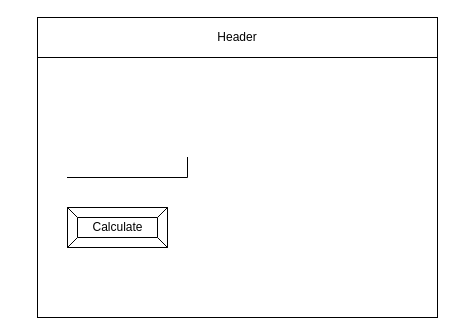
Before: design/story-board.drawio in Chloe-Havel/ICS2O-Unit-3-01-js, a draw.io diagram. Source tidied: cells renumbered, new cells numbered last; positions are measured from the earlier drawing's top-left corner, leaving out a move shared by most shapes. Both pictures are drawn from the tidied source at 100%, with x=0, y=0 at pixel (37, 17).
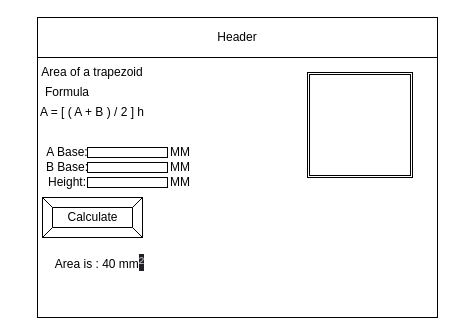
After the change.

Diff of the diagram source:
```diff
@@
 <mxGraphModel>
   <root>
     <mxCell id="0" />
     <mxCell id="1" parent="0" />
     <mxCell id="2" style="rounded=0;whiteSpace=wrap;html=1;" parent="1" vertex="1">
       <mxGeometry width="400" height="300" as="geometry" />
     </mxCell>
     <mxCell id="3" value="Header" style="rounded=0;whiteSpace=wrap;html=1;" parent="1" vertex="1">
       <mxGeometry width="400" height="40" as="geometry" />
     </mxCell>
-    <mxCell id="4" style="shape=partialRectangle;whiteSpace=wrap;html=1;top=0;left=0;fillColor=none;" parent="1" vertex="1">
-      <mxGeometry x="30" y="140" width="120" height="20" as="geometry" />
-    </mxCell>
     <mxCell id="5" value="Calculate" style="labelPosition=center;verticalLabelPosition=middle;align=center;html=1;shape=mxgraph.basic.button;dx=10;" parent="1" vertex="1">
-      <mxGeometry x="30" y="190" width="100" height="40" as="geometry" />
+      <mxGeometry x="5" y="180" width="100" height="40" as="geometry" />
     </mxCell>
+    <mxCell id="6" value="A = [ ( A + B ) / 2 ] h" style="text;html=1;strokeColor=none;fillColor=none;align=center;verticalAlign=middle;whiteSpace=wrap;rounded=0;" parent="1" vertex="1">
+      <mxGeometry x="-10" y="80" width="130" height="30" as="geometry" />
+    </mxCell>
+    <mxCell id="7" value="Area of a trapezoid" style="text;html=1;strokeColor=none;fillColor=none;align=center;verticalAlign=middle;whiteSpace=wrap;rounded=0;" parent="1" vertex="1">
+      <mxGeometry x="-20" y="40" width="150" height="30" as="geometry" />
+    </mxCell>
+    <mxCell id="8" value="Formula" style="text;html=1;strokeColor=none;fillColor=none;align=center;verticalAlign=middle;whiteSpace=wrap;rounded=0;" parent="1" vertex="1">
+      <mxGeometry y="60" width="60" height="30" as="geometry" />
+    </mxCell>
+    <mxCell id="9" value="A Base:" style="text;html=1;strokeColor=none;fillColor=none;align=center;verticalAlign=middle;whiteSpace=wrap;rounded=0;" parent="1" vertex="1">
+      <mxGeometry y="120" width="60" height="30" as="geometry" />
+    </mxCell>
+    <mxCell id="10" value="B Base:" style="text;html=1;strokeColor=none;fillColor=none;align=center;verticalAlign=middle;whiteSpace=wrap;rounded=0;" parent="1" vertex="1">
+      <mxGeometry y="135" width="60" height="30" as="geometry" />
+    </mxCell>
+    <mxCell id="11" value="Height:" style="text;html=1;strokeColor=none;fillColor=none;align=center;verticalAlign=middle;whiteSpace=wrap;rounded=0;" parent="1" vertex="1">
+      <mxGeometry y="150" width="60" height="30" as="geometry" />
+    </mxCell>
+    <mxCell id="12" style="rounded=0;whiteSpace=wrap;html=1;" parent="1" vertex="1">
+      <mxGeometry x="50" y="160" width="80" height="10" as="geometry" />
+    </mxCell>
+    <mxCell id="13" style="rounded=0;whiteSpace=wrap;html=1;" parent="1" vertex="1">
+      <mxGeometry x="50" y="145" width="80" height="10" as="geometry" />
+    </mxCell>
+    <mxCell id="14" style="rounded=0;whiteSpace=wrap;html=1;" parent="1" vertex="1">
+      <mxGeometry x="50" y="130" width="80" height="10" as="geometry" />
+    </mxCell>
+    <mxCell id="15" value="MM" style="text;html=1;strokeColor=none;fillColor=none;align=center;verticalAlign=middle;whiteSpace=wrap;rounded=0;" parent="1" vertex="1">
+      <mxGeometry x="113" y="120" width="60" height="30" as="geometry" />
+    </mxCell>
+    <mxCell id="16" value="MM" style="text;html=1;strokeColor=none;fillColor=none;align=center;verticalAlign=middle;whiteSpace=wrap;rounded=0;" parent="1" vertex="1">
+      <mxGeometry x="113" y="135" width="60" height="30" as="geometry" />
+    </mxCell>
+    <mxCell id="17" value="MM" style="text;html=1;strokeColor=none;fillColor=none;align=center;verticalAlign=middle;whiteSpace=wrap;rounded=0;" parent="1" vertex="1">
+      <mxGeometry x="113" y="150" width="60" height="30" as="geometry" />
+    </mxCell>
+    <mxCell id="18" style="shape=ext;double=1;whiteSpace=wrap;html=1;" parent="1" vertex="1">
+      <mxGeometry x="270" y="55" width="105" height="105" as="geometry" />
+    </mxCell>
+    <mxCell id="19" value="Area is : 40 mm&lt;span style=&quot;color: rgb(189 , 193 , 198) ; font-family: &amp;#34;arial&amp;#34; , sans-serif ; font-size: 16px ; background-color: rgb(32 , 33 , 36)&quot;&gt;²&lt;/span&gt;" style="text;html=1;strokeColor=none;fillColor=none;align=center;verticalAlign=middle;whiteSpace=wrap;rounded=0;" parent="1" vertex="1">
+      <mxGeometry x="5" y="230" width="115" height="30" as="geometry" />
+    </mxCell>
   </root>
 </mxGraphModel>
```
